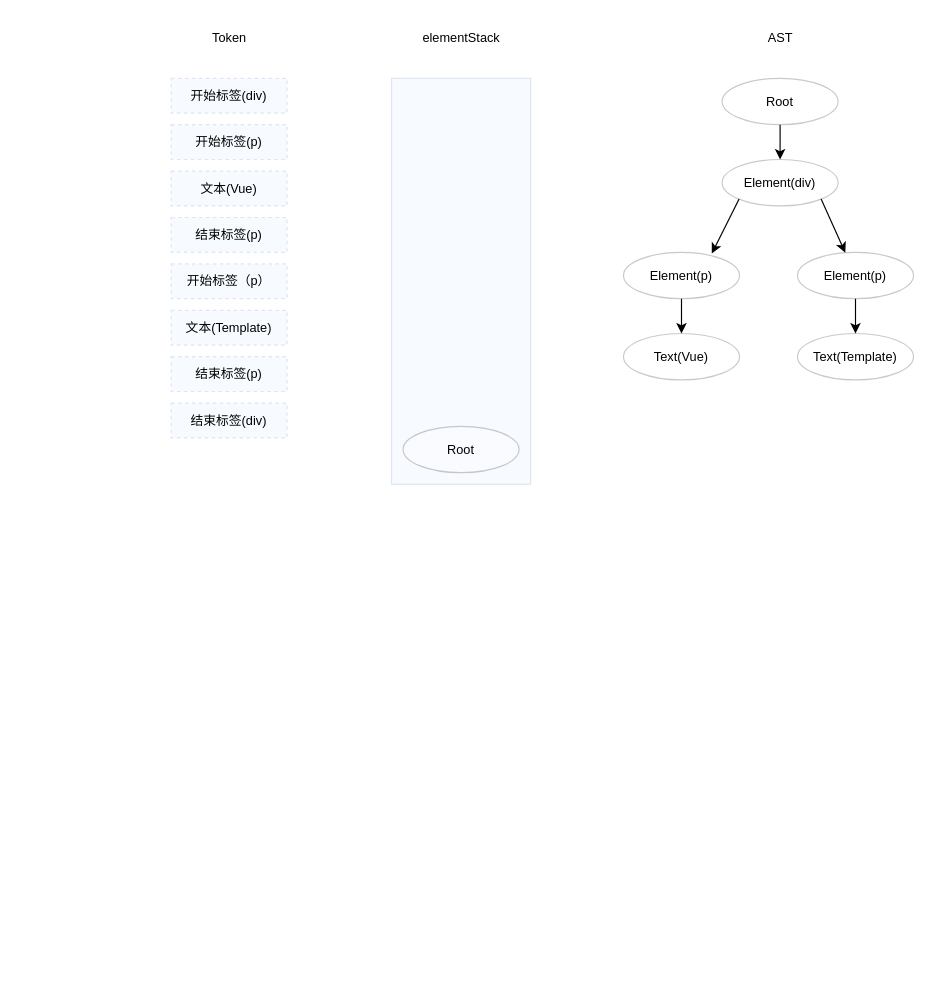
yzqzy/notes keeps this draw.io diagram as page "ast" (3 of 3) of books/Vue.js设计与实现/vue.js 3.drawio. Above is the earlier version. Source tidied: cells renumbered, new cells numbered last; positions are measured from the earlier drawing's top-left corner, leaving out a move shared by most shapes. Both pictures are drawn from the tidied source at 116%, with x=0, y=0 at pixel (171, 20).
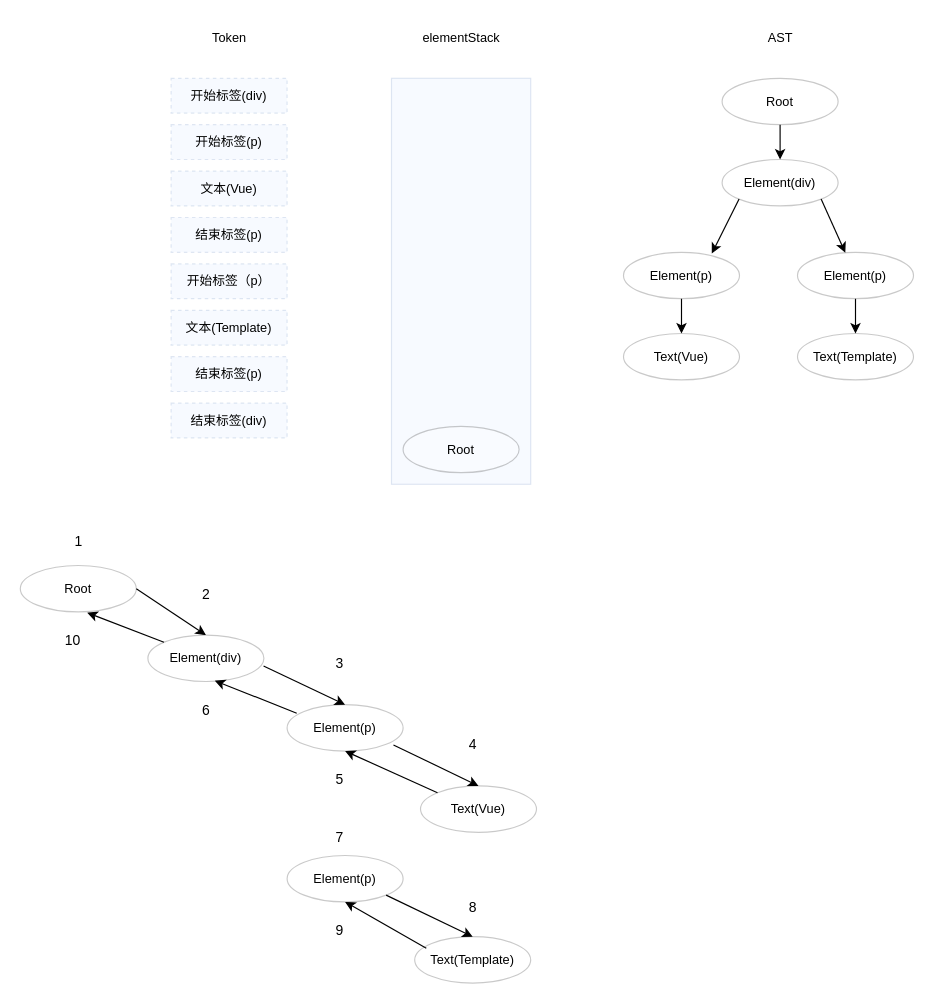
The same page after the edit.

What changed in the source:
```diff
@@
+    <mxCell id="26" value="Root" style="ellipse;whiteSpace=wrap;html=1;rounded=0;shadow=0;fontSize=11;fontColor=#000000;strokeColor=default;opacity=21;" parent="1" vertex="1">
+      <mxGeometry x="-130" y="470" width="100" height="40" as="geometry" />
+    </mxCell>
+    <mxCell id="27" value="Element(div)" style="ellipse;whiteSpace=wrap;html=1;rounded=0;shadow=0;fontSize=11;fontColor=#000000;strokeColor=default;opacity=21;" parent="1" vertex="1">
+      <mxGeometry x="-20" y="530" width="100" height="40" as="geometry" />
+    </mxCell>
+    <mxCell id="28" value="Element(p)" style="ellipse;whiteSpace=wrap;html=1;rounded=0;shadow=0;fontSize=11;fontColor=#000000;strokeColor=default;opacity=21;" parent="1" vertex="1">
+      <mxGeometry x="100" y="590" width="100" height="40" as="geometry" />
+    </mxCell>
+    <mxCell id="29" value="Text(Vue)" style="ellipse;whiteSpace=wrap;html=1;rounded=0;shadow=0;fontSize=11;fontColor=#000000;strokeColor=default;opacity=21;" parent="1" vertex="1">
+      <mxGeometry x="215" y="660" width="100" height="40" as="geometry" />
+    </mxCell>
+    <mxCell id="30" value="Element(p)" style="ellipse;whiteSpace=wrap;html=1;rounded=0;shadow=0;fontSize=11;fontColor=#000000;strokeColor=default;opacity=21;" parent="1" vertex="1">
+      <mxGeometry x="100" y="720" width="100" height="40" as="geometry" />
+    </mxCell>
+    <mxCell id="31" value="Text(Template)" style="ellipse;whiteSpace=wrap;html=1;rounded=0;shadow=0;fontSize=11;fontColor=#000000;strokeColor=default;opacity=21;" parent="1" vertex="1">
+      <mxGeometry x="210" y="790" width="100" height="40" as="geometry" />
+    </mxCell>
+    <mxCell id="32" style="endArrow=classic;html=1;rounded=0;exitX=1;exitY=0.5;exitDx=0;exitDy=0;entryX=0.5;entryY=0;entryDx=0;entryDy=0;" parent="1" edge="1" source="26" target="27">
+      <mxGeometry relative="1" as="geometry" />
+    </mxCell>
+    <mxCell id="33" style="endArrow=classic;html=1;rounded=0;exitX=0.997;exitY=0.667;exitDx=0;exitDy=0;entryX=0.5;entryY=0;entryDx=0;entryDy=0;exitPerimeter=0;" parent="1" edge="1" source="27" target="28">
+      <mxGeometry relative="1" as="geometry" />
+    </mxCell>
+    <mxCell id="34" style="endArrow=classic;html=1;rounded=0;exitX=0.917;exitY=0.867;exitDx=0;exitDy=0;entryX=0.5;entryY=0;entryDx=0;entryDy=0;exitPerimeter=0;" parent="1" edge="1" source="28" target="29">
+      <mxGeometry relative="1" as="geometry" />
+    </mxCell>
+    <mxCell id="35" style="endArrow=classic;html=1;rounded=0;exitX=1;exitY=1;exitDx=0;exitDy=0;entryX=0.5;entryY=0;entryDx=0;entryDy=0;" parent="1" edge="1" source="30" target="31">
+      <mxGeometry relative="1" as="geometry" />
+    </mxCell>
+    <mxCell id="36" value="1" style="text;html=1;align=center;verticalAlign=middle;strokeColor=none;fillColor=none;" parent="1" vertex="1">
+      <mxGeometry x="-95" y="435" width="30" height="30" as="geometry" />
+    </mxCell>
+    <mxCell id="37" value="2" style="text;html=1;align=center;verticalAlign=middle;strokeColor=none;fillColor=none;" parent="1" vertex="1">
+      <mxGeometry x="15" y="480" width="30" height="30" as="geometry" />
+    </mxCell>
+    <mxCell id="38" value="3" style="text;html=1;align=center;verticalAlign=middle;strokeColor=none;fillColor=none;" parent="1" vertex="1">
+      <mxGeometry x="130" y="540" width="30" height="30" as="geometry" />
+    </mxCell>
+    <mxCell id="39" value="4" style="text;html=1;align=center;verticalAlign=middle;strokeColor=none;fillColor=none;" parent="1" vertex="1">
+      <mxGeometry x="245" y="610" width="30" height="30" as="geometry" />
+    </mxCell>
+    <mxCell id="40" value="5" style="text;html=1;align=center;verticalAlign=middle;strokeColor=none;fillColor=none;" parent="1" vertex="1">
+      <mxGeometry x="130" y="640" width="30" height="30" as="geometry" />
+    </mxCell>
+    <mxCell id="41" style="endArrow=classic;html=1;rounded=0;entryX=0.5;entryY=1;entryDx=0;entryDy=0;exitX=0;exitY=0;exitDx=0;exitDy=0;" parent="1" edge="1" source="29" target="28">
+      <mxGeometry relative="1" as="geometry" />
+    </mxCell>
+    <mxCell id="42" style="endArrow=classic;html=1;rounded=0;entryX=0.577;entryY=0.983;entryDx=0;entryDy=0;entryPerimeter=0;exitX=0.083;exitY=0.183;exitDx=0;exitDy=0;exitPerimeter=0;" parent="1" edge="1" source="28" target="27">
+      <mxGeometry relative="1" as="geometry" />
+    </mxCell>
+    <mxCell id="43" value="6" style="text;html=1;align=center;verticalAlign=middle;strokeColor=none;fillColor=none;" parent="1" vertex="1">
+      <mxGeometry x="15" y="580" width="30" height="30" as="geometry" />
+    </mxCell>
+    <mxCell id="44" style="endArrow=classic;html=1;rounded=0;entryX=0.577;entryY=1.017;entryDx=0;entryDy=0;entryPerimeter=0;" parent="1" edge="1" source="27" target="26">
+      <mxGeometry relative="1" as="geometry" />
+    </mxCell>
+    <mxCell id="45" value="7" style="text;html=1;align=center;verticalAlign=middle;strokeColor=none;fillColor=none;" parent="1" vertex="1">
+      <mxGeometry x="130" y="690" width="30" height="30" as="geometry" />
+    </mxCell>
+    <mxCell id="46" value="8" style="text;html=1;align=center;verticalAlign=middle;strokeColor=none;fillColor=none;" parent="1" vertex="1">
+      <mxGeometry x="245" y="750" width="30" height="30" as="geometry" />
+    </mxCell>
+    <mxCell id="47" style="endArrow=classic;html=1;rounded=0;entryX=0.5;entryY=1;entryDx=0;entryDy=0;exitX=0.1;exitY=0.25;exitDx=0;exitDy=0;exitPerimeter=0;" parent="1" edge="1" source="31" target="30">
+      <mxGeometry relative="1" as="geometry" />
+    </mxCell>
+    <mxCell id="48" value="9" style="text;html=1;align=center;verticalAlign=middle;strokeColor=none;fillColor=none;" parent="1" vertex="1">
+      <mxGeometry x="130" y="770" width="30" height="30" as="geometry" />
+    </mxCell>
+    <mxCell id="49" value="10" style="text;html=1;align=center;verticalAlign=middle;strokeColor=none;fillColor=none;" parent="1" vertex="1">
+      <mxGeometry x="-105" y="520" width="40" height="30" as="geometry" />
+    </mxCell>
```
